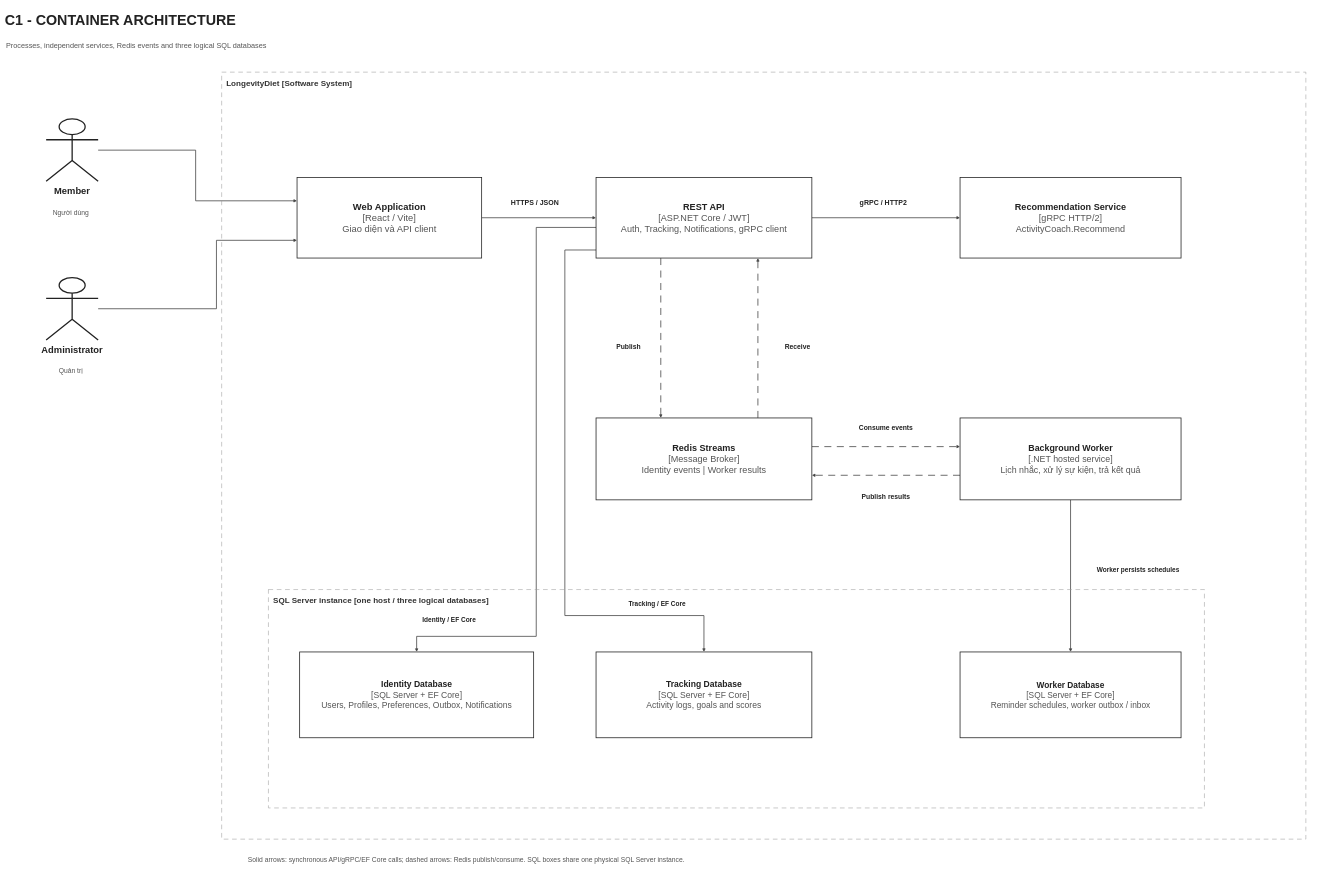
YAHsaveme/FPTUSE_LongevityDiet keeps this draw.io diagram as docs/assignment/one-page/02-c1-container-architecture.drawio. Above is the earlier version. Source tidied: cells renumbered, new cells numbered last; positions are measured from the earlier drawing's top-left corner, leaving out a move shared by most shapes. Both pictures are drawn from the tidied source at 26%, with x=0, y=0 at pixel (4, 4).
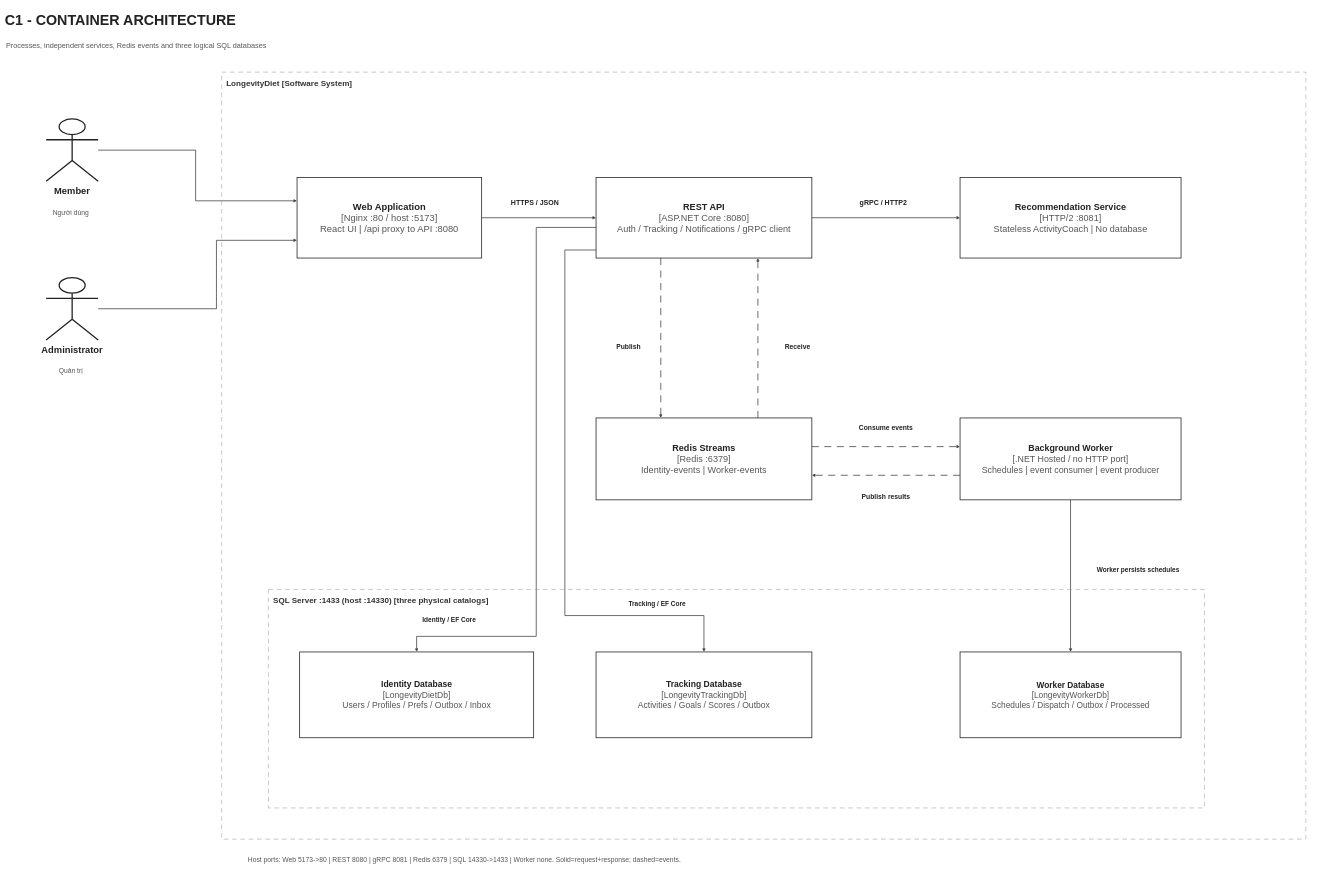
After the change.

The edit, as a diff of the source:
```diff
@@
-    <mxCell id="13" value="SQL Server instance [one host / three logical databases]" style="rounded=0;html=1;fillColor=none;strokeColor=#999999;dashed=1;dashPattern=9 7;strokeWidth=2;align=left;verticalAlign=top;fontColor=#333333;fontSize=31;fontStyle=1;fontFamily=Arial;spacing=18;" parent="1" vertex="1">
+    <mxCell id="13" value="SQL Server :1433 (host :14330) [three physical catalogs]" style="rounded=0;html=1;fillColor=none;strokeColor=#999999;dashed=1;dashPattern=9 7;strokeWidth=2;align=left;verticalAlign=top;fontColor=#333333;fontSize=31;fontStyle=1;fontFamily=Arial;spacing=18;" parent="1" vertex="1">
       <mxGeometry x="1015" y="2250" width="3600" height="840" as="geometry" />
     </mxCell>
@@
-    <mxCell id="23" value="&lt;b&gt;Web Application&lt;/b&gt;&lt;br/&gt;&lt;font color=&quot;#555555&quot;&gt;[React / Vite]&lt;/font&gt;&lt;br/&gt;&lt;font color=&quot;#555555&quot;&gt;Giao diện và API client&lt;/font&gt;" style="rounded=0;whiteSpace=wrap;html=1;fillColor=#FFFFFF;strokeColor=#222222;strokeWidth=3;fontColor=#222222;fontSize=36;fontFamily=Arial;align=center;verticalAlign=middle;spacing=12;shadow=0;glass=0;" parent="1" vertex="1">
+    <mxCell id="23" value="&lt;b&gt;Web Application&lt;/b&gt;&lt;br/&gt;&lt;font color=&quot;#555555&quot;&gt;[Nginx :80 / host :5173]&lt;/font&gt;&lt;br/&gt;&lt;font color=&quot;#555555&quot;&gt;React UI | /api proxy to API :8080&lt;/font&gt;" style="rounded=0;whiteSpace=wrap;html=1;fillColor=#FFFFFF;strokeColor=#222222;strokeWidth=3;fontColor=#222222;fontSize=36;fontFamily=Arial;align=center;verticalAlign=middle;spacing=12;shadow=0;glass=0;" parent="1" vertex="1">
       <mxGeometry x="1125" y="665" width="710" height="310" as="geometry" />
     </mxCell>
-    <mxCell id="24" value="&lt;b&gt;REST API&lt;/b&gt;&lt;br/&gt;&lt;font color=&quot;#555555&quot;&gt;[ASP.NET Core / JWT]&lt;/font&gt;&lt;br/&gt;&lt;font color=&quot;#555555&quot;&gt;Auth, Tracking, Notifications, gRPC client&lt;/font&gt;" style="rounded=0;whiteSpace=wrap;html=1;fillColor=#FFFFFF;strokeColor=#222222;strokeWidth=3;fontColor=#222222;fontSize=35;fontFamily=Arial;align=center;verticalAlign=middle;spacing=12;shadow=0;glass=0;" parent="1" vertex="1">
+    <mxCell id="24" value="&lt;b&gt;REST API&lt;/b&gt;&lt;br/&gt;&lt;font color=&quot;#555555&quot;&gt;[ASP.NET Core :8080]&lt;/font&gt;&lt;br/&gt;&lt;font color=&quot;#555555&quot;&gt;Auth / Tracking / Notifications / gRPC client&lt;/font&gt;" style="rounded=0;whiteSpace=wrap;html=1;fillColor=#FFFFFF;strokeColor=#222222;strokeWidth=3;fontColor=#222222;fontSize=35;fontFamily=Arial;align=center;verticalAlign=middle;spacing=12;shadow=0;glass=0;" parent="1" vertex="1">
       <mxGeometry x="2275" y="665" width="830" height="310" as="geometry" />
     </mxCell>
-    <mxCell id="25" value="&lt;b&gt;Recommendation Service&lt;/b&gt;&lt;br/&gt;&lt;font color=&quot;#555555&quot;&gt;[gRPC HTTP/2]&lt;/font&gt;&lt;br/&gt;&lt;font color=&quot;#555555&quot;&gt;ActivityCoach.Recommend&lt;/font&gt;" style="rounded=0;whiteSpace=wrap;html=1;fillColor=#FFFFFF;strokeColor=#222222;strokeWidth=3;fontColor=#222222;fontSize=35;fontFamily=Arial;align=center;verticalAlign=middle;spacing=12;shadow=0;glass=0;" parent="1" vertex="1">
+    <mxCell id="25" value="&lt;b&gt;Recommendation Service&lt;/b&gt;&lt;br/&gt;&lt;font color=&quot;#555555&quot;&gt;[HTTP/2 :8081]&lt;/font&gt;&lt;br/&gt;&lt;font color=&quot;#555555&quot;&gt;Stateless ActivityCoach | No database&lt;/font&gt;" style="rounded=0;whiteSpace=wrap;html=1;fillColor=#FFFFFF;strokeColor=#222222;strokeWidth=3;fontColor=#222222;fontSize=35;fontFamily=Arial;align=center;verticalAlign=middle;spacing=12;shadow=0;glass=0;" parent="1" vertex="1">
       <mxGeometry x="3675" y="665" width="850" height="310" as="geometry" />
     </mxCell>
-    <mxCell id="26" value="&lt;b&gt;Redis Streams&lt;/b&gt;&lt;br/&gt;&lt;font color=&quot;#555555&quot;&gt;[Message Broker]&lt;/font&gt;&lt;br/&gt;&lt;font color=&quot;#555555&quot;&gt;Identity events | Worker results&lt;/font&gt;" style="rounded=0;whiteSpace=wrap;html=1;fillColor=#FFFFFF;strokeColor=#222222;strokeWidth=3;fontColor=#222222;fontSize=35;fontFamily=Arial;align=center;verticalAlign=middle;spacing=12;shadow=0;glass=0;" parent="1" vertex="1">
+    <mxCell id="26" value="&lt;b&gt;Redis Streams&lt;/b&gt;&lt;br/&gt;&lt;font color=&quot;#555555&quot;&gt;[Redis :6379]&lt;/font&gt;&lt;br/&gt;&lt;font color=&quot;#555555&quot;&gt;Identity-events | Worker-events&lt;/font&gt;" style="rounded=0;whiteSpace=wrap;html=1;fillColor=#FFFFFF;strokeColor=#222222;strokeWidth=3;fontColor=#222222;fontSize=35;fontFamily=Arial;align=center;verticalAlign=middle;spacing=12;shadow=0;glass=0;" parent="1" vertex="1">
       <mxGeometry x="2275" y="1590" width="830" height="315" as="geometry" />
     </mxCell>
-    <mxCell id="27" value="&lt;b&gt;Background Worker&lt;/b&gt;&lt;br/&gt;&lt;font color=&quot;#555555&quot;&gt;[.NET hosted service]&lt;/font&gt;&lt;br/&gt;&lt;font color=&quot;#555555&quot;&gt;Lịch nhắc, xử lý sự kiện, trả kết quả&lt;/font&gt;" style="rounded=0;whiteSpace=wrap;html=1;fillColor=#FFFFFF;strokeColor=#222222;strokeWidth=3;fontColor=#222222;fontSize=34;fontFamily=Arial;align=center;verticalAlign=middle;spacing=12;shadow=0;glass=0;" parent="1" vertex="1">
+    <mxCell id="27" value="&lt;b&gt;Background Worker&lt;/b&gt;&lt;br/&gt;&lt;font color=&quot;#555555&quot;&gt;[.NET Hosted / no HTTP port]&lt;/font&gt;&lt;br/&gt;&lt;font color=&quot;#555555&quot;&gt;Schedules | event consumer | event producer&lt;/font&gt;" style="rounded=0;whiteSpace=wrap;html=1;fillColor=#FFFFFF;strokeColor=#222222;strokeWidth=3;fontColor=#222222;fontSize=34;fontFamily=Arial;align=center;verticalAlign=middle;spacing=12;shadow=0;glass=0;" parent="1" vertex="1">
       <mxGeometry x="3675" y="1590" width="850" height="315" as="geometry" />
     </mxCell>
-    <mxCell id="28" value="&lt;b&gt;Identity Database&lt;/b&gt;&lt;br/&gt;&lt;font color=&quot;#555555&quot;&gt;[SQL Server + EF Core]&lt;/font&gt;&lt;br/&gt;&lt;font color=&quot;#555555&quot;&gt;Users, Profiles, Preferences, Outbox, Notifications&lt;/font&gt;" style="rounded=0;whiteSpace=wrap;html=1;fillColor=#FFFFFF;strokeColor=#222222;strokeWidth=3;fontColor=#222222;fontSize=33;fontFamily=Arial;align=center;verticalAlign=middle;spacing=12;shadow=0;glass=0;" parent="1" vertex="1">
+    <mxCell id="28" value="&lt;b&gt;Identity Database&lt;/b&gt;&lt;br/&gt;&lt;font color=&quot;#555555&quot;&gt;[LongevityDietDb]&lt;/font&gt;&lt;br/&gt;&lt;font color=&quot;#555555&quot;&gt;Users / Profiles / Prefs / Outbox / Inbox&lt;/font&gt;" style="rounded=0;whiteSpace=wrap;html=1;fillColor=#FFFFFF;strokeColor=#222222;strokeWidth=3;fontColor=#222222;fontSize=33;fontFamily=Arial;align=center;verticalAlign=middle;spacing=12;shadow=0;glass=0;" parent="1" vertex="1">
       <mxGeometry x="1135" y="2490" width="900" height="330" as="geometry" />
     </mxCell>
-    <mxCell id="29" value="&lt;b&gt;Tracking Database&lt;/b&gt;&lt;br/&gt;&lt;font color=&quot;#555555&quot;&gt;[SQL Server + EF Core]&lt;/font&gt;&lt;br/&gt;&lt;font color=&quot;#555555&quot;&gt;Activity logs, goals and scores&lt;/font&gt;" style="rounded=0;whiteSpace=wrap;html=1;fillColor=#FFFFFF;strokeColor=#222222;strokeWidth=3;fontColor=#222222;fontSize=33;fontFamily=Arial;align=center;verticalAlign=middle;spacing=12;shadow=0;glass=0;" parent="1" vertex="1">
+    <mxCell id="29" value="&lt;b&gt;Tracking Database&lt;/b&gt;&lt;br/&gt;&lt;font color=&quot;#555555&quot;&gt;[LongevityTrackingDb]&lt;/font&gt;&lt;br/&gt;&lt;font color=&quot;#555555&quot;&gt;Activities / Goals / Scores / Outbox&lt;/font&gt;" style="rounded=0;whiteSpace=wrap;html=1;fillColor=#FFFFFF;strokeColor=#222222;strokeWidth=3;fontColor=#222222;fontSize=33;fontFamily=Arial;align=center;verticalAlign=middle;spacing=12;shadow=0;glass=0;" parent="1" vertex="1">
       <mxGeometry x="2275" y="2490" width="830" height="330" as="geometry" />
     </mxCell>
-    <mxCell id="30" value="&lt;b&gt;Worker Database&lt;/b&gt;&lt;br/&gt;&lt;font color=&quot;#555555&quot;&gt;[SQL Server + EF Core]&lt;/font&gt;&lt;br/&gt;&lt;font color=&quot;#555555&quot;&gt;Reminder schedules, worker outbox / inbox&lt;/font&gt;" style="rounded=0;whiteSpace=wrap;html=1;fillColor=#FFFFFF;strokeColor=#222222;strokeWidth=3;fontColor=#222222;fontSize=32;fontFamily=Arial;align=center;verticalAlign=middle;spacing=12;shadow=0;glass=0;" parent="1" vertex="1">
+    <mxCell id="30" value="&lt;b&gt;Worker Database&lt;/b&gt;&lt;br/&gt;&lt;font color=&quot;#555555&quot;&gt;[LongevityWorkerDb]&lt;/font&gt;&lt;br/&gt;&lt;font color=&quot;#555555&quot;&gt;Schedules / Dispatch / Outbox / Processed&lt;/font&gt;" style="rounded=0;whiteSpace=wrap;html=1;fillColor=#FFFFFF;strokeColor=#222222;strokeWidth=3;fontColor=#222222;fontSize=32;fontFamily=Arial;align=center;verticalAlign=middle;spacing=12;shadow=0;glass=0;" parent="1" vertex="1">
       <mxGeometry x="3675" y="2490" width="850" height="330" as="geometry" />
     </mxCell>
@@
-    <mxCell id="40" value="Solid arrows: synchronous API/gRPC/EF Core calls; dashed arrows: Redis publish/consume. SQL boxes share one physical SQL Server instance." style="text;html=1;whiteSpace=wrap;fillColor=none;strokeColor=none;fontColor=#555555;fontFamily=Arial;fontSize=26;fontStyle=0;align=left;verticalAlign=middle;spacing=1;" parent="1" vertex="1">
+    <mxCell id="40" value="Host ports: Web 5173-&gt;80 | REST 8080 | gRPC 8081 | Redis 6379 | SQL 14330-&gt;1433 | Worker none. Solid=request+response; dashed=events." style="text;html=1;whiteSpace=wrap;fillColor=none;strokeColor=none;fontColor=#555555;fontFamily=Arial;fontSize=26;fontStyle=0;align=left;verticalAlign=middle;spacing=1;" parent="1" vertex="1">
       <mxGeometry x="935" y="3240" width="3910" height="96" as="geometry" />
     </mxCell>
```
